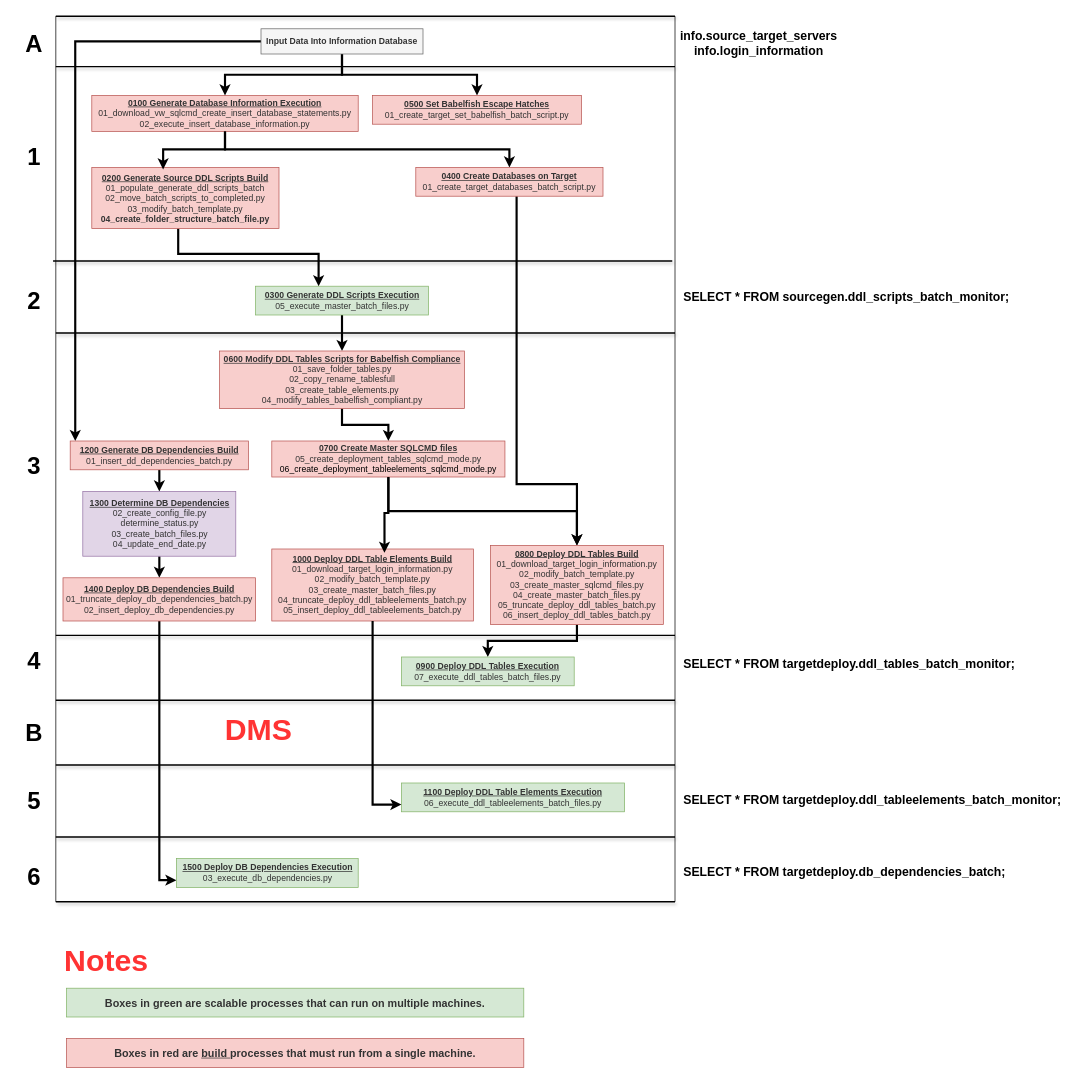
smpetersgithub/draw-diagrams-depot keeps this draw.io diagram as Babelfish Deployment Utility Alpha.drawio. Above is the earlier version. Source tidied: cells renumbered, new cells numbered last; positions are measured from the earlier drawing's top-left corner, leaving out a move shared by most shapes. Both pictures are drawn from the tidied source at 72%, with x=0, y=0 at pixel (12, 16).
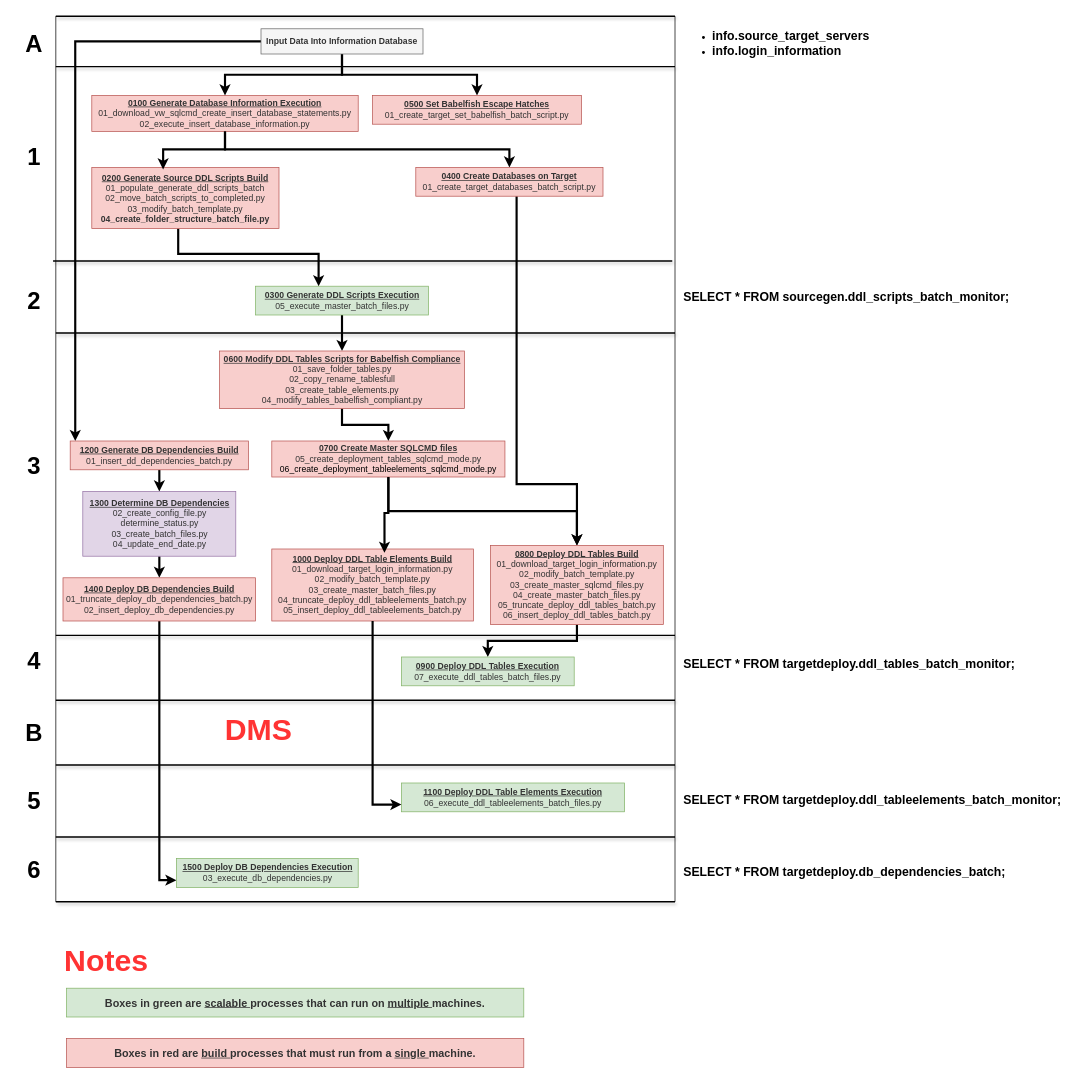
The same diagram, later.

What changed in the source:
```diff
@@
-    <mxCell id="54" value="&lt;b&gt;&lt;font style=&quot;font-size: 17px;&quot;&gt;info.source_target_servers&lt;/font&gt;&lt;/b&gt;&lt;div&gt;&lt;b&gt;&lt;font style=&quot;font-size: 17px;&quot;&gt;info.login_information&lt;/font&gt;&lt;/b&gt;&lt;/div&gt;" style="text;html=1;align=center;verticalAlign=middle;whiteSpace=wrap;rounded=0;" parent="1" vertex="1">
+    <mxCell id="54" value="&lt;ul&gt;&lt;li&gt;&lt;b&gt;&lt;font style=&quot;font-size: 17px;&quot;&gt;info.source_target_servers&lt;/font&gt;&lt;/b&gt;&lt;/li&gt;&lt;li&gt;&lt;b&gt;&lt;font style=&quot;font-size: 17px;&quot;&gt;info.login_information&lt;/font&gt;&lt;/b&gt;&lt;/li&gt;&lt;/ul&gt;" style="text;html=1;align=left;verticalAlign=middle;whiteSpace=wrap;rounded=0;" parent="1" vertex="1">
       <mxGeometry x="930" y="22.5" width="213" height="30" as="geometry" />
     </mxCell>
@@
     <mxCell id="56" value="&lt;font style=&quot;font-size: 33px;&quot;&gt;&lt;b&gt;6&lt;/b&gt;&lt;/font&gt;" style="text;html=1;align=center;verticalAlign=middle;whiteSpace=wrap;rounded=0;" parent="1" vertex="1">
-      <mxGeometry y="1180" width="60" height="30" as="geometry" />
+      <mxGeometry y="1170" width="60" height="30" as="geometry" />
     </mxCell>
@@
-    <mxCell id="59" value="&lt;div&gt;&lt;font size=&quot;1&quot; color=&quot;#333333&quot;&gt;&lt;b style=&quot;font-size: 15px;&quot;&gt;Boxes in green are scalable processes that can run on multiple machines.&lt;/b&gt;&lt;/font&gt;&lt;/div&gt;" style="rounded=0;whiteSpace=wrap;html=1;fillColor=#d5e8d4;strokeColor=#82b366;" parent="1" vertex="1">
+    <mxCell id="59" value="&lt;div&gt;&lt;font size=&quot;1&quot; color=&quot;#333333&quot;&gt;&lt;b style=&quot;font-size: 15px;&quot;&gt;Boxes in green are &lt;u&gt;scalable &lt;/u&gt;processes that can run on &lt;u&gt;multiple &lt;/u&gt;machines.&lt;/b&gt;&lt;/font&gt;&lt;/div&gt;" style="rounded=0;whiteSpace=wrap;html=1;fillColor=#d5e8d4;strokeColor=#82b366;" parent="1" vertex="1">
       <mxGeometry x="75" y="1350" width="635" height="40" as="geometry" />
     </mxCell>
@@
-    <mxCell id="61" value="&lt;div&gt;&lt;font size=&quot;1&quot; color=&quot;#333333&quot;&gt;&lt;b style=&quot;font-size: 15px;&quot;&gt;Boxes in red are &lt;u&gt;build &lt;/u&gt;processes that must run from a single machine.&lt;/b&gt;&lt;/font&gt;&lt;/div&gt;" style="rounded=0;whiteSpace=wrap;html=1;fillColor=#f8cecc;strokeColor=#b85450;" parent="1" vertex="1">
+    <mxCell id="61" value="&lt;div&gt;&lt;font size=&quot;1&quot; color=&quot;#333333&quot;&gt;&lt;b style=&quot;font-size: 15px;&quot;&gt;Boxes in red are &lt;u&gt;build &lt;/u&gt;processes that must run from a &lt;u&gt;single &lt;/u&gt;machine.&lt;/b&gt;&lt;/font&gt;&lt;/div&gt;" style="rounded=0;whiteSpace=wrap;html=1;fillColor=#f8cecc;strokeColor=#b85450;" parent="1" vertex="1">
       <mxGeometry x="75" y="1420" width="635" height="40" as="geometry" />
     </mxCell>
```
